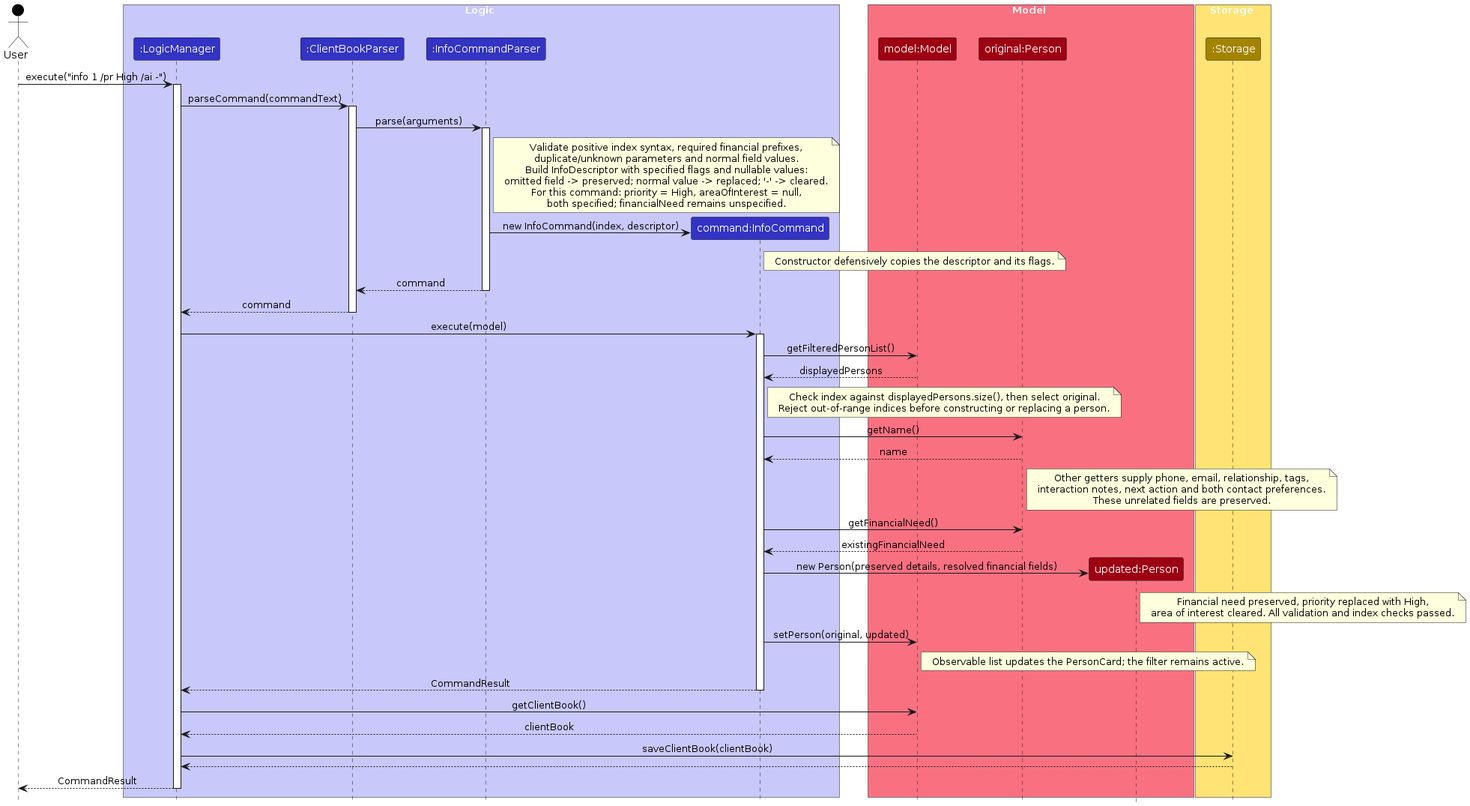
AY2627S1-CS2103T-F14a-4/tp keeps this PlantUML diagram as diagrams/InfoSequenceDiagram.png. Above is the earlier version. Its source is kept beside it as diagrams/InfoSequenceDiagram.puml. The source it was exported from:
```plantuml
@startuml
!include style.puml
skinparam ArrowFontStyle plain

actor User USER_COLOR

box Logic LOGIC_COLOR_T1
participant ":LogicManager" as Logic LOGIC_COLOR
participant ":ClientBookParser" as Parser LOGIC_COLOR
participant ":InfoCommandParser" as InfoParser LOGIC_COLOR
participant "command:InfoCommand" as Command LOGIC_COLOR
end box

box Model MODEL_COLOR_T1
participant "model:Model" as Model MODEL_COLOR
participant "original:Person" as Original MODEL_COLOR
participant "updated:Person" as Updated MODEL_COLOR
end box

box Storage STORAGE_COLOR_T1
participant ":Storage" as Storage STORAGE_COLOR
end box

User -> Logic : execute("info 1 /pr High /ai -")
activate Logic
Logic -> Parser : parseCommand(commandText)
activate Parser
Parser -> InfoParser : parse(arguments)
activate InfoParser
note right of InfoParser
Validate positive index syntax, required financial prefixes,
duplicate/unknown parameters and normal field values.
Build InfoDescriptor with specified flags and nullable values:
omitted field -> preserved; normal value -> replaced; '-' -> cleared.
For this command: priority = High, areaOfInterest = null,
both specified; financialNeed remains unspecified.
end note
create Command
InfoParser -> Command : new InfoCommand(index, descriptor)
note right of Command : Constructor defensively copies the descriptor and its flags.
InfoParser --> Parser : command
deactivate InfoParser
Parser --> Logic : command
deactivate Parser
Logic -> Command : execute(model)
activate Command
Command -> Model : getFilteredPersonList()
Model --> Command : displayedPersons
note right of Command
Check index against displayedPersons.size(), then select original.
Reject out-of-range indices before constructing or replacing a person.
end note
Command -> Original : getName()
Original --> Command : name
note right of Original
Other getters supply phone, email, relationship, tags,
interaction notes, next action and both contact preferences.
These unrelated fields are preserved.
end note
Command -> Original : getFinancialNeed()
Original --> Command : existingFinancialNeed
create Updated
Command -> Updated : new Person(preserved details, resolved financial fields)
note right of Updated
Financial need preserved, priority replaced with High,
area of interest cleared. All validation and index checks passed.
end note
Command -> Model : setPerson(original, updated)
note right of Model : Observable list updates the PersonCard; the filter remains active.
Command --> Logic : CommandResult
deactivate Command
Logic -> Model : getClientBook()
Model --> Logic : clientBook
Logic -> Storage : saveClientBook(clientBook)
Storage --> Logic
Logic --> User : CommandResult
deactivate Logic
@enduml
```
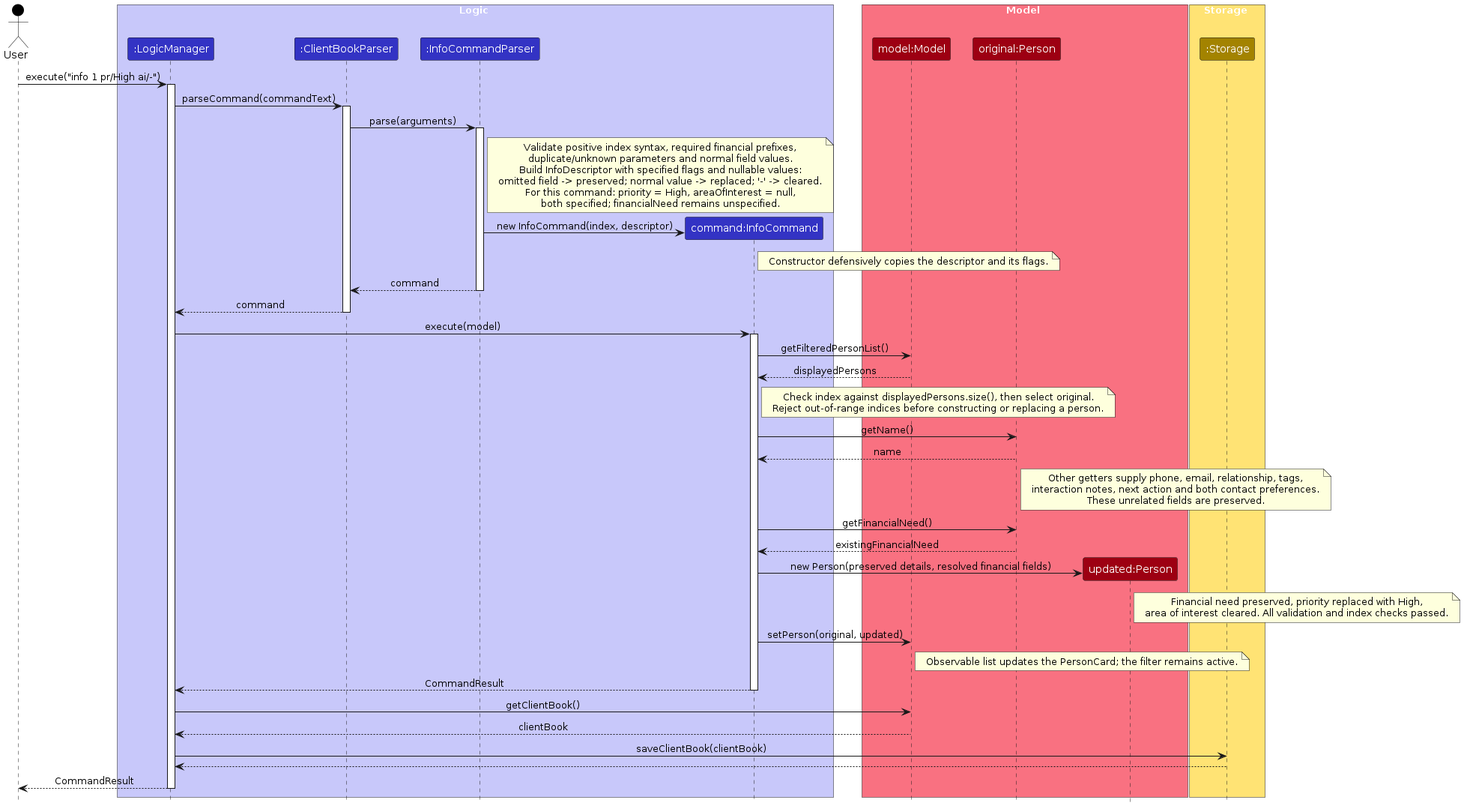
Later version of the same file.

Diff of the diagram source:
```diff
@@ -21,7 +21,7 @@
 participant ":Storage" as Storage STORAGE_COLOR
 end box
 
-User -> Logic : execute("info 1 /pr High /ai -")
+User -> Logic : execute("info 1 pr/High ai/-")
 activate Logic
 Logic -> Parser : parseCommand(commandText)
 activate Parser
```
